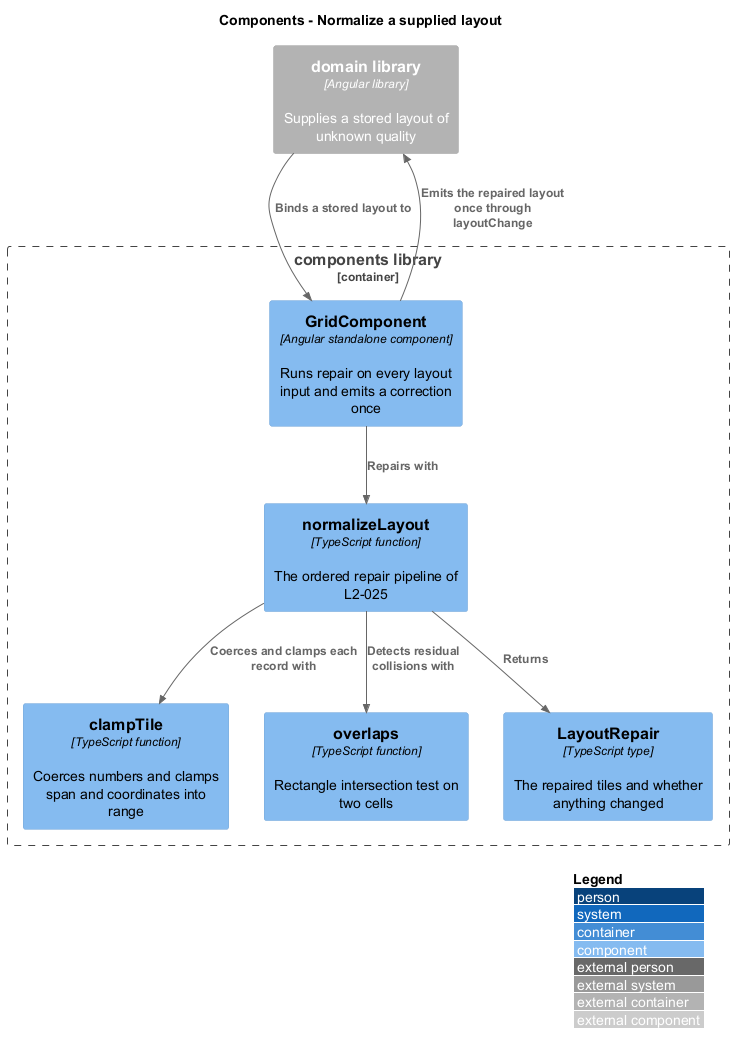
Earlier version of the PlantUML export docs/detailed-designs/grid-layout/normalize-supplied-layout/diagrams/c4-component.png (QuinntyneBrown/qbc-grid).
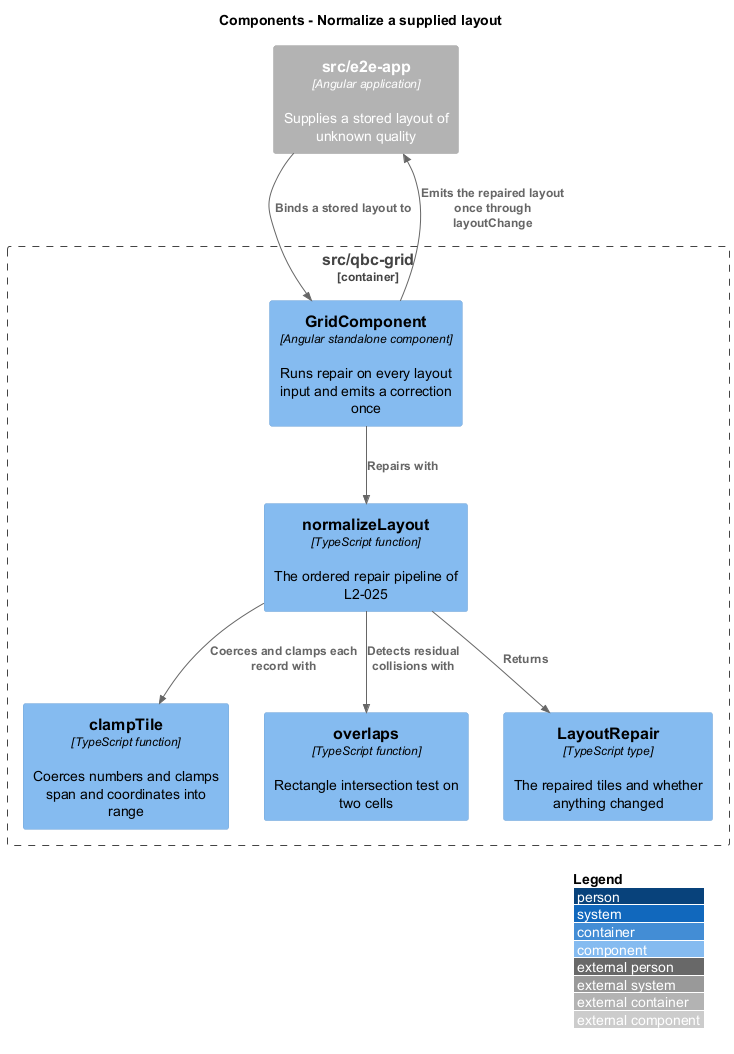
Later version of the same file.

Change to the diagram source:
```diff
@@ -3,7 +3,7 @@
 LAYOUT_WITH_LEGEND()
 title Components - Normalize a supplied layout
 
-Container_Boundary(components, "components library") {
+Container_Boundary(components, "src/qbc-grid") {
   Component(grid, "GridComponent", "Angular standalone component", "Runs repair on every layout input and emits a correction once")
   Component(normalize, "normalizeLayout", "TypeScript function", "The ordered repair pipeline of L2-025")
   Component(clamp, "clampTile", "TypeScript function", "Coerces numbers and clamps span and coordinates into range")
@@ -11,12 +11,12 @@
   Component(repair, "LayoutRepair", "TypeScript type", "The repaired tiles and whether anything changed")
 }
 
-Container_Ext(domain, "domain library", "Angular library", "Supplies a stored layout of unknown quality")
+Container_Ext(app, "src/e2e-app", "Angular application", "Supplies a stored layout of unknown quality")
 
-Rel(domain, grid, "Binds a stored layout to")
+Rel(app, grid, "Binds a stored layout to")
 Rel(grid, normalize, "Repairs with")
 Rel(normalize, clamp, "Coerces and clamps each record with")
 Rel(normalize, overlap, "Detects residual collisions with")
 Rel(normalize, repair, "Returns")
-Rel(grid, domain, "Emits the repaired layout once through layoutChange")
+Rel(grid, app, "Emits the repaired layout once through layoutChange")
 @enduml
```
